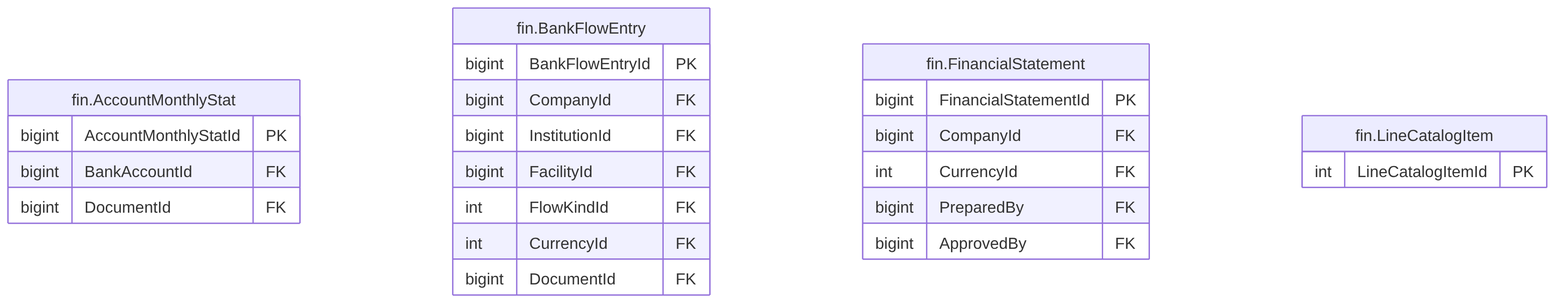
The Mermaid diagram treasury-platform/docs/diagrams/erd/m5_financials_1.png in thawrasy/smartlines, before a commit. Its source is kept beside it as treasury-platform/docs/diagrams/erd/m5_financials_1.mmd.
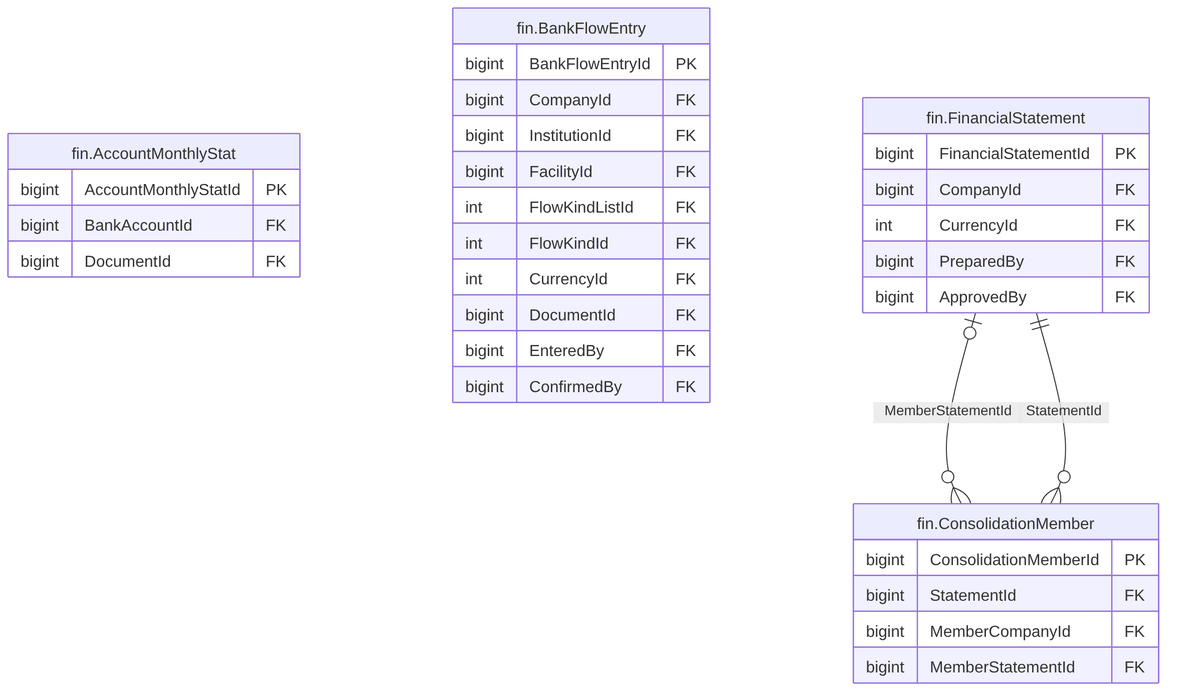
Above is the later version.

Diff of the diagram source:
```diff
@@ -9,9 +9,18 @@
     bigint CompanyId FK
     bigint InstitutionId FK
     bigint FacilityId FK
+    int FlowKindListId FK
     int FlowKindId FK
     int CurrencyId FK
     bigint DocumentId FK
+    bigint EnteredBy FK
+    bigint ConfirmedBy FK
+  }
+  fin_ConsolidationMember["fin.ConsolidationMember"] {
+    bigint ConsolidationMemberId PK
+    bigint StatementId FK
+    bigint MemberCompanyId FK
+    bigint MemberStatementId FK
   }
   fin_FinancialStatement["fin.FinancialStatement"] {
     bigint FinancialStatementId PK
@@ -20,6 +29,5 @@
     bigint PreparedBy FK
     bigint ApprovedBy FK
   }
-  fin_LineCatalogItem["fin.LineCatalogItem"] {
-    int LineCatalogItemId PK
-  }
+  fin_FinancialStatement |o--o{ fin_ConsolidationMember : "MemberStatementId"
+  fin_FinancialStatement ||--o{ fin_ConsolidationMember : "StatementId"
```
